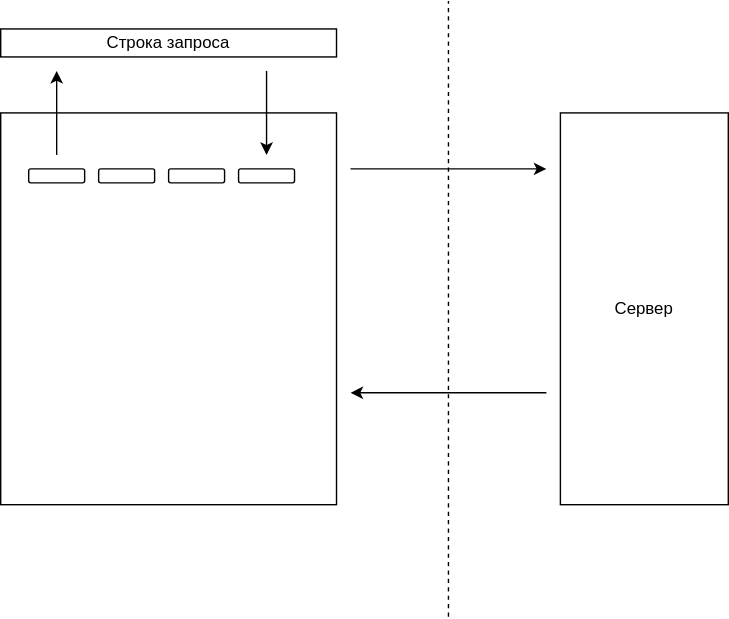
This is filters.svg from ajile/draw-io, a draw.io export, as it was before one commit. Source tidied: cells renumbered, new cells last; positions are measured from the earlier drawing's top-left corner, leaving out a move shared by most shapes.
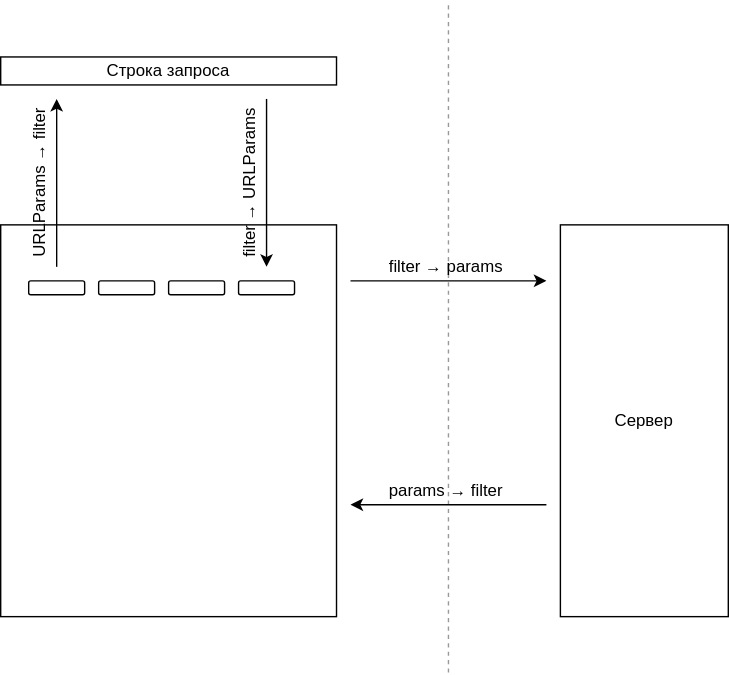
The same diagram one commit later.

What changed in the source:
```diff
@@ -3,10 +3,10 @@
     <mxCell id="0" />
     <mxCell id="1" parent="0" />
     <mxCell id="2" value="Layout" parent="0" />
-    <mxCell id="3" style="endArrow=none;dashed=1;html=1;" parent="2" edge="1">
+    <mxCell id="3" style="endArrow=none;dashed=1;html=1;strokeColor=#999999;" parent="2" edge="1">
       <mxGeometry relative="1" as="geometry">
-        <mxPoint x="320" y="440" as="sourcePoint" />
-        <mxPoint x="320" as="targetPoint" />
+        <mxPoint x="320" y="400" as="sourcePoint" />
+        <mxPoint x="320" y="-80" as="targetPoint" />
       </mxGeometry>
     </mxCell>
     <mxCell id="4" style="group;" parent="2" vertex="1">
@@ -31,7 +31,7 @@
       <mxGeometry y="80" width="240" height="280" as="geometry" />
     </mxCell>
     <mxCell id="11" value="Строка запроса" style="rounded=0;whiteSpace=wrap;html=1;" parent="2" vertex="1">
-      <mxGeometry y="20" width="240" height="20" as="geometry" />
+      <mxGeometry y="-40" width="240" height="20" as="geometry" />
     </mxCell>
     <mxCell id="12" value="Сервер" style="rounded=0;whiteSpace=wrap;html=1;" parent="2" vertex="1">
       <mxGeometry x="400" y="80" width="120" height="280" as="geometry" />
@@ -59,12 +59,12 @@
     <mxCell id="21" style="endArrow=classic;html=1;" parent="20" edge="1">
       <mxGeometry relative="1" as="geometry">
         <mxPoint x="40" y="110" as="sourcePoint" />
-        <mxPoint x="40" y="50" as="targetPoint" />
+        <mxPoint x="40" y="-10" as="targetPoint" />
       </mxGeometry>
     </mxCell>
     <mxCell id="22" style="endArrow=classic;html=1;" parent="20" edge="1">
       <mxGeometry relative="1" as="geometry">
-        <mxPoint x="190" y="50" as="sourcePoint" />
+        <mxPoint x="190" y="-10" as="sourcePoint" />
         <mxPoint x="190" y="110" as="targetPoint" />
       </mxGeometry>
     </mxCell>
@@ -81,5 +81,17 @@
       </mxGeometry>
     </mxCell>
     <mxCell id="25" value="Labels" parent="0" />
+    <mxCell id="26" value="filter → params" style="text;html=1;strokeColor=none;fillColor=none;align=center;verticalAlign=middle;whiteSpace=wrap;rounded=0;" parent="25" vertex="1">
+      <mxGeometry x="270" y="100" width="97" height="20" as="geometry" />
+    </mxCell>
+    <mxCell id="27" value="params → filter" style="text;html=1;strokeColor=none;fillColor=none;align=center;verticalAlign=middle;whiteSpace=wrap;rounded=0;" parent="25" vertex="1">
+      <mxGeometry x="270" y="260" width="97" height="20" as="geometry" />
+    </mxCell>
+    <mxCell id="28" value="filter → URLParams" style="text;html=1;strokeColor=none;fillColor=none;align=center;verticalAlign=middle;whiteSpace=wrap;rounded=0;rotation=270;" parent="25" vertex="1">
+      <mxGeometry x="120" y="40" width="117" height="20" as="geometry" />
+    </mxCell>
+    <mxCell id="29" value="URLParams → filter" style="text;html=1;strokeColor=none;fillColor=none;align=center;verticalAlign=middle;whiteSpace=wrap;rounded=0;rotation=270;" parent="25" vertex="1">
+      <mxGeometry x="-30" y="40" width="117" height="20" as="geometry" />
+    </mxCell>
   </root>
 </mxGraphModel>
```
